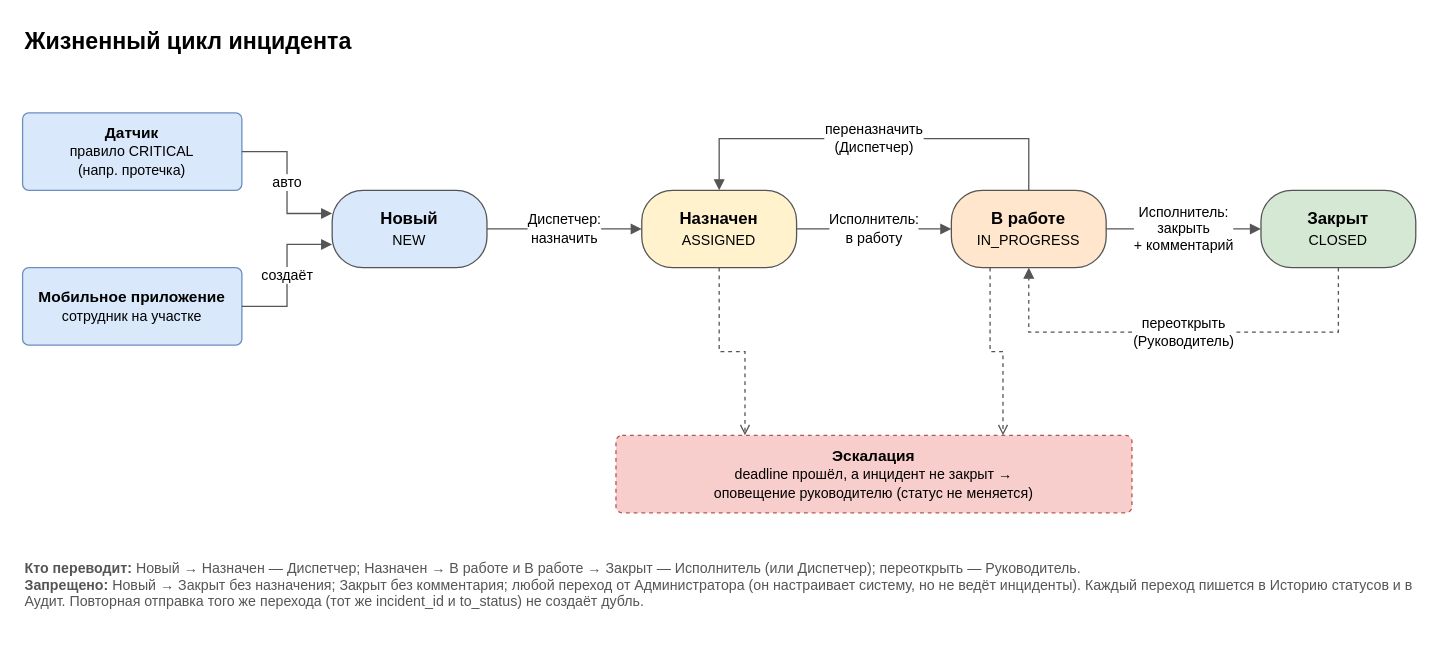
The draw.io diagram page "3. Жизненный цикл инцидента" (3 of 3) of diagrams/schemes.drawio in Gara00700/vpotoke-case4, before the edit. Source tidied: cells renumbered, new cells numbered last; positions are measured from the earlier drawing's top-left corner, leaving out a move shared by most shapes. Both pictures are drawn from the tidied source at 129%, with x=0, y=0 at pixel (22, 22).
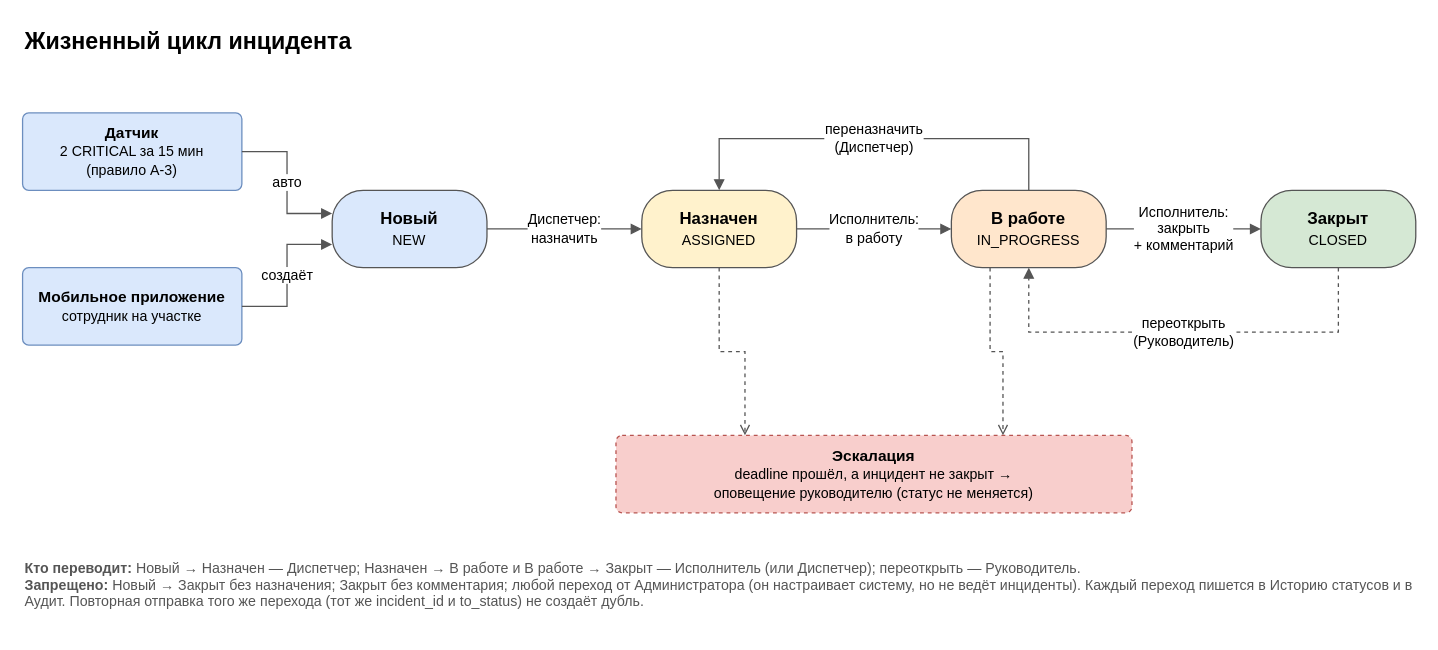
After the change.

Change to the diagram source:
```diff
@@
-    <mxCell id="3" value="&lt;b&gt;Датчик&lt;/b&gt;&lt;br&gt;&lt;font style=&quot;font-size:11px&quot;&gt;правило CRITICAL&lt;br&gt;(напр. протечка)&lt;/font&gt;" style="rounded=1;whiteSpace=wrap;html=1;arcSize=8;fontSize=12;strokeColor=#555555;fillColor=#ffffff;fillColor=#dae8fc;strokeColor=#6c8ebf;" parent="1" vertex="1">
+    <mxCell id="3" value="&lt;b&gt;Датчик&lt;/b&gt;&lt;br&gt;&lt;font style=&quot;font-size:11px&quot;&gt;2 CRITICAL за 15 мин&lt;br&gt;(правило A-3)&lt;/font&gt;" style="rounded=1;whiteSpace=wrap;html=1;arcSize=8;fontSize=12;strokeColor=#555555;fillColor=#ffffff;fillColor=#dae8fc;strokeColor=#6c8ebf;" parent="1" vertex="1">
       <mxGeometry y="70" width="170" height="60" as="geometry" />
     </mxCell>
```
